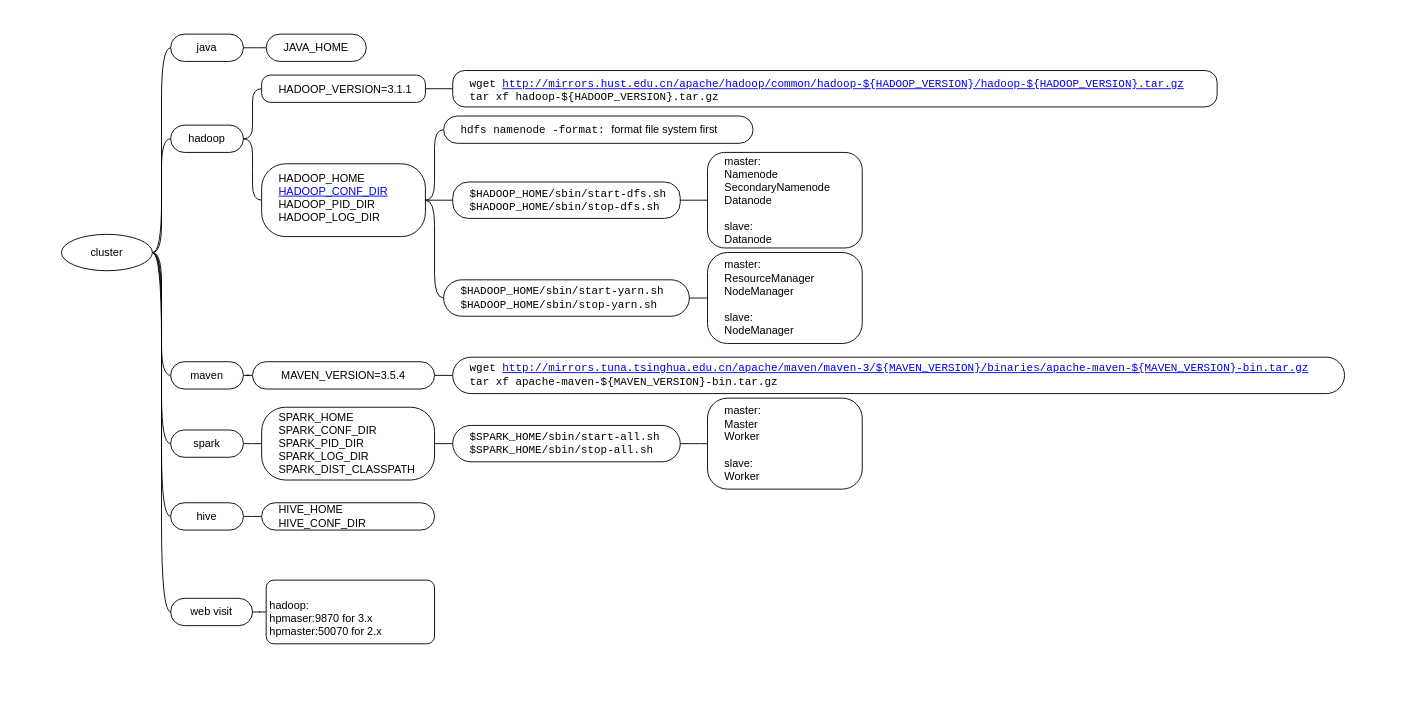
This is page "deploy" (1 of 4) of languages/scala/scala.drawio from yangdj/tf_docs, a draw.io file, before an edit. Source tidied: cells renumbered, new cells numbered last; positions are measured from the earlier drawing's top-left corner, leaving out a move shared by most shapes. Both pictures are drawn from the tidied source at 91%, with x=0, y=0 at pixel (15, 15).
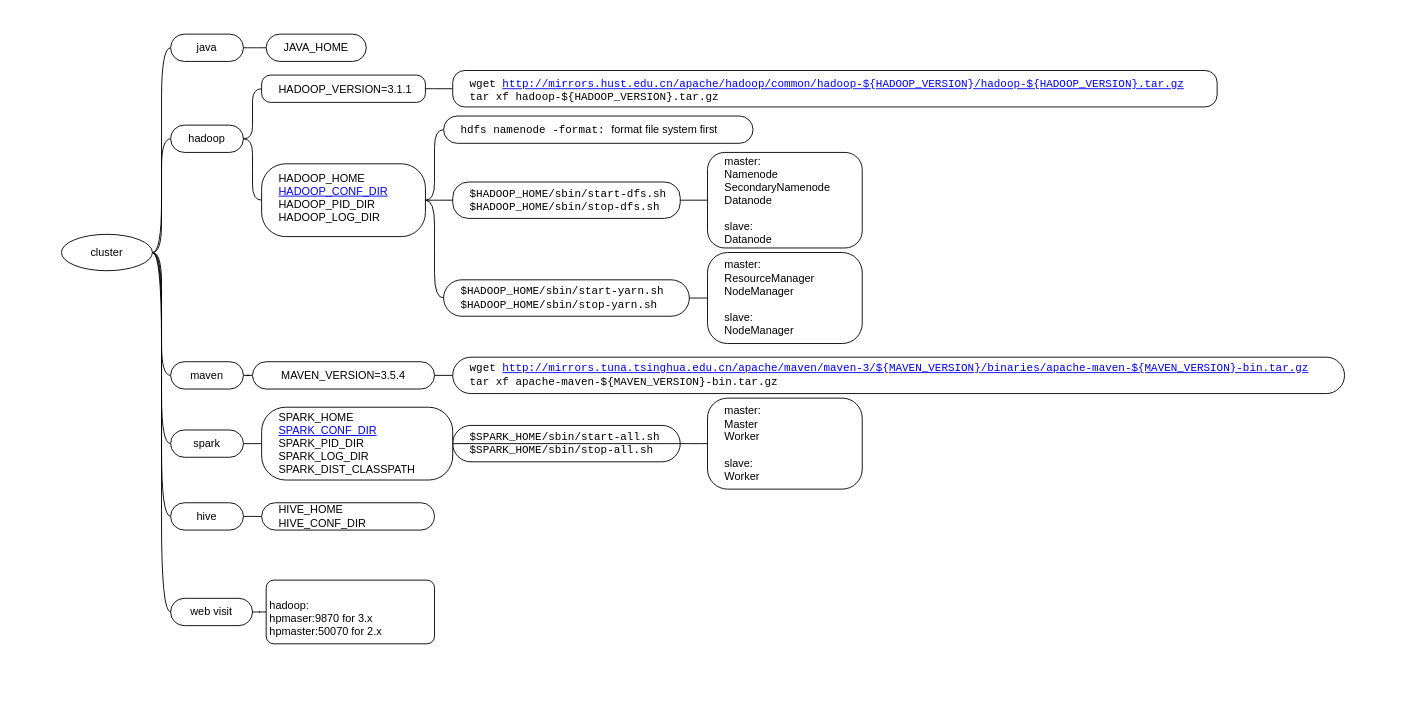
Above is the later version.

The change refers to these unchanged cells:
```xml
<mxCell id="2" style="swimlane;html=1;startSize=20;horizontal=1;containerType=tree;rounded=1;shadow=0;glass=0;comic=0;fillColor=none;align=left;strokeColor=none;spacingLeft=16;fontFamily=Courier New;" parent="1" vertex="1">
  <mxGeometry width="1530" height="740" as="geometry" />
</mxCell>
```

What changed in the source:
```diff
@@
-    <mxCell id="17" value="&lt;div&gt;SPARK_HOME&lt;/div&gt;&lt;div&gt;SPARK_CONF_DIR&lt;/div&gt;&lt;div&gt;SPARK_PID_DIR&lt;/div&gt;&lt;div&gt;SPARK_LOG_DIR&lt;/div&gt;&lt;div&gt;SPARK_DIST_CLASSPATH&lt;/div&gt;" style="whiteSpace=wrap;html=1;rounded=1;arcSize=33;align=left;verticalAlign=middle;strokeWidth=1;spacing=4;spacingLeft=15;" parent="2" vertex="1">
-      <mxGeometry x="270" y="430" width="190" height="80" as="geometry" />
+    <mxCell id="17" value="&lt;div&gt;SPARK_HOME&lt;/div&gt;&lt;div&gt;&lt;a href=&quot;data:page/id,1RoVEH6-U07JBPiQCIpj&quot;&gt;SPARK_CONF_DIR&lt;/a&gt;&lt;/div&gt;&lt;div&gt;SPARK_PID_DIR&lt;/div&gt;&lt;div&gt;SPARK_LOG_DIR&lt;/div&gt;&lt;div&gt;SPARK_DIST_CLASSPATH&lt;/div&gt;" style="whiteSpace=wrap;html=1;rounded=1;arcSize=33;align=left;verticalAlign=middle;strokeWidth=1;spacing=4;spacingLeft=15;" parent="2" vertex="1">
+      <mxGeometry x="270" y="430" width="210" height="80" as="geometry" />
     </mxCell>
```
